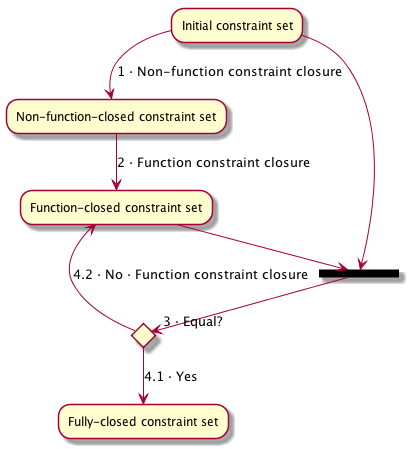
Above: docs/images/full-constraint-closure.png in JHU-PL-Lab/whayrf (PlantUML), before the change.
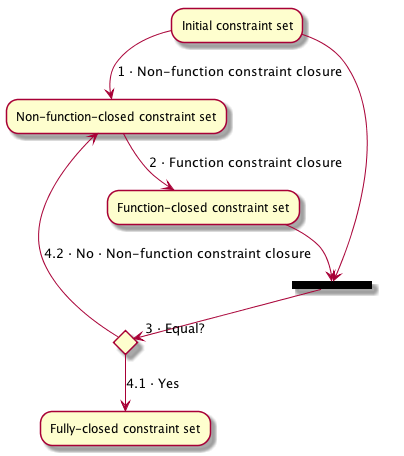
The same file after the commit.

Commit message:
Fix implementation notes

The edit, as a diff of the source:
```diff
@@ -6,6 +6,6 @@
 if "3 · Equal?" then
   -->[4.1 · Yes] "Fully-closed constraint set"
 else
-  -->[4.2 · No · Function constraint closure] "Function-closed constraint set"
+  -->[4.2 · No · Non-function constraint closure] "Non-function-closed constraint set"
 endif
 @enduml
```
